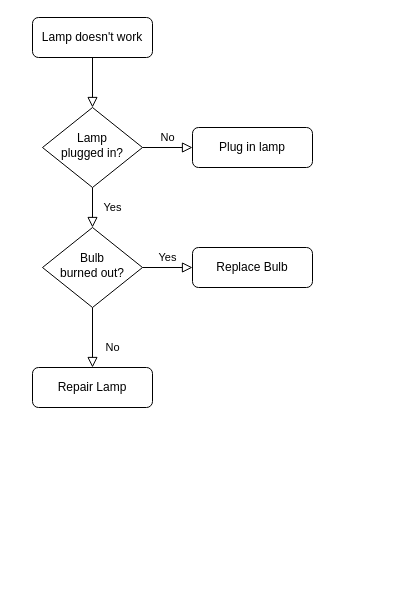
The draw.io diagram Diagrams-Raw/ReserveMeetingRoom.drawio in revaturelabs/af-reservation-service, before the edit. Source tidied: cells renumbered, new cells numbered last; positions are measured from the earlier drawing's top-left corner, leaving out a move shared by most shapes. Both pictures are drawn from the tidied source at 100%, with x=0, y=0 at pixel (32, 17).
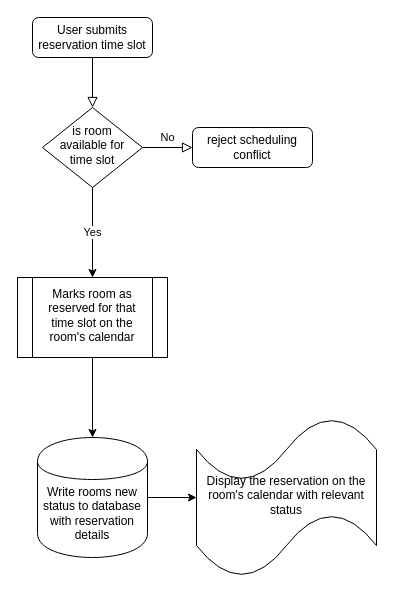
The same diagram, later.

Diff of the diagram source:
```diff
@@
 <mxGraphModel>
   <root>
     <mxCell id="0" />
     <mxCell id="1" parent="0" />
     <mxCell id="2" style="rounded=0;html=1;jettySize=auto;fontSize=11;endArrow=block;endFill=0;endSize=8;strokeWidth=1;shadow=0;labelBackgroundColor=none;edgeStyle=orthogonalEdgeStyle;" parent="1" edge="1" source="3" target="6">
       <mxGeometry relative="1" as="geometry" />
     </mxCell>
-    <mxCell id="3" value="Lamp doesn't work" style="rounded=1;whiteSpace=wrap;html=1;fontSize=12;glass=0;strokeWidth=1;shadow=0;" parent="1" vertex="1">
+    <mxCell id="3" value="User submits reservation time slot" style="rounded=1;whiteSpace=wrap;html=1;fontSize=12;glass=0;strokeWidth=1;shadow=0;" parent="1" vertex="1">
       <mxGeometry width="120" height="40" as="geometry" />
     </mxCell>
-    <mxCell id="4" value="Yes" style="rounded=0;html=1;jettySize=auto;fontSize=11;endArrow=block;endFill=0;endSize=8;strokeWidth=1;shadow=0;labelBackgroundColor=none;edgeStyle=orthogonalEdgeStyle;" parent="1" edge="1" source="6" target="10">
-      <mxGeometry y="20" relative="1" as="geometry" />
-    </mxCell>
     <mxCell id="5" value="No" style="edgeStyle=orthogonalEdgeStyle;rounded=0;html=1;jettySize=auto;fontSize=11;endArrow=block;endFill=0;endSize=8;strokeWidth=1;shadow=0;labelBackgroundColor=none;" parent="1" edge="1" source="6" target="7">
       <mxGeometry y="10" relative="1" as="geometry" />
     </mxCell>
+    <mxCell id="13" value="Yes" style="edgeStyle=orthogonalEdgeStyle;rounded=0;jettySize=auto;html=1;" parent="1" edge="1" source="6" target="15">
+      <mxGeometry relative="1" as="geometry" />
+    </mxCell>
-    <mxCell id="6" value="Lamp&lt;br&gt;plugged in?" style="rhombus;whiteSpace=wrap;html=1;shadow=0;fontFamily=Helvetica;fontSize=12;align=center;strokeWidth=1;spacing=6;spacingTop=-4;" parent="1" vertex="1">
+    <mxCell id="6" value="is room available for time slot" style="rhombus;whiteSpace=wrap;html=1;shadow=0;fontFamily=Helvetica;fontSize=12;align=center;strokeWidth=1;spacing=6;spacingTop=-4;" parent="1" vertex="1">
       <mxGeometry x="10" y="90" width="100" height="80" as="geometry" />
     </mxCell>
-    <mxCell id="7" value="Plug in lamp" style="rounded=1;whiteSpace=wrap;html=1;fontSize=12;glass=0;strokeWidth=1;shadow=0;" parent="1" vertex="1">
+    <mxCell id="7" value="reject scheduling conflict" style="rounded=1;whiteSpace=wrap;html=1;fontSize=12;glass=0;strokeWidth=1;shadow=0;" parent="1" vertex="1">
       <mxGeometry x="160" y="110" width="120" height="40" as="geometry" />
     </mxCell>
-    <mxCell id="8" value="No" style="rounded=0;html=1;jettySize=auto;fontSize=11;endArrow=block;endFill=0;endSize=8;strokeWidth=1;shadow=0;labelBackgroundColor=none;edgeStyle=orthogonalEdgeStyle;" parent="1" edge="1" source="10" target="11">
-      <mxGeometry x="0.33" y="20" relative="1" as="geometry" />
-    </mxCell>
-    <mxCell id="9" value="Yes" style="edgeStyle=orthogonalEdgeStyle;rounded=0;html=1;jettySize=auto;fontSize=11;endArrow=block;endFill=0;endSize=8;strokeWidth=1;shadow=0;labelBackgroundColor=none;" parent="1" edge="1" source="10" target="12">
-      <mxGeometry y="10" relative="1" as="geometry" />
-    </mxCell>
-    <mxCell id="10" value="Bulb&lt;br&gt;burned out?" style="rhombus;whiteSpace=wrap;html=1;shadow=0;fontFamily=Helvetica;fontSize=12;align=center;strokeWidth=1;spacing=6;spacingTop=-4;" parent="1" vertex="1">
-      <mxGeometry x="10" y="210" width="100" height="80" as="geometry" />
-    </mxCell>
-    <mxCell id="11" value="Repair Lamp" style="rounded=1;whiteSpace=wrap;html=1;fontSize=12;glass=0;strokeWidth=1;shadow=0;" parent="1" vertex="1">
-      <mxGeometry y="350" width="120" height="40" as="geometry" />
-    </mxCell>
-    <mxCell id="12" value="Replace Bulb" style="rounded=1;whiteSpace=wrap;html=1;fontSize=12;glass=0;strokeWidth=1;shadow=0;" parent="1" vertex="1">
-      <mxGeometry x="160" y="230" width="120" height="40" as="geometry" />
-    </mxCell>
+    <mxCell id="14" style="edgeStyle=orthogonalEdgeStyle;rounded=0;jettySize=auto;html=1;" parent="1" edge="1" source="15" target="17">
+      <mxGeometry relative="1" as="geometry" />
+    </mxCell>
+    <mxCell id="15" value="Marks room as reserved for that time slot on the room's calendar" style="shape=process;whiteSpace=wrap;html=1;backgroundOutline=1;shadow=0;strokeWidth=1;spacing=6;spacingTop=-4;" parent="1" vertex="1">
+      <mxGeometry x="-15" y="260" width="150" height="80" as="geometry" />
+    </mxCell>
+    <mxCell id="16" style="edgeStyle=orthogonalEdgeStyle;rounded=0;jettySize=auto;html=1;" parent="1" edge="1" source="17" target="18">
+      <mxGeometry relative="1" as="geometry" />
+    </mxCell>
+    <mxCell id="17" value="Write rooms new status to database with reservation details" style="shape=cylinder;whiteSpace=wrap;html=1;boundedLbl=1;backgroundOutline=1;shadow=0;strokeWidth=1;spacing=6;spacingTop=-4;" parent="1" vertex="1">
+      <mxGeometry x="5" y="420" width="110" height="120" as="geometry" />
+    </mxCell>
+    <mxCell id="18" value="Display the reservation on the room's calendar with relevant status" style="shape=tape;whiteSpace=wrap;html=1;shadow=0;strokeWidth=1;spacing=6;spacingTop=-4;" parent="1" vertex="1">
+      <mxGeometry x="164" y="400" width="180" height="160" as="geometry" />
+    </mxCell>
   </root>
 </mxGraphModel>
```
